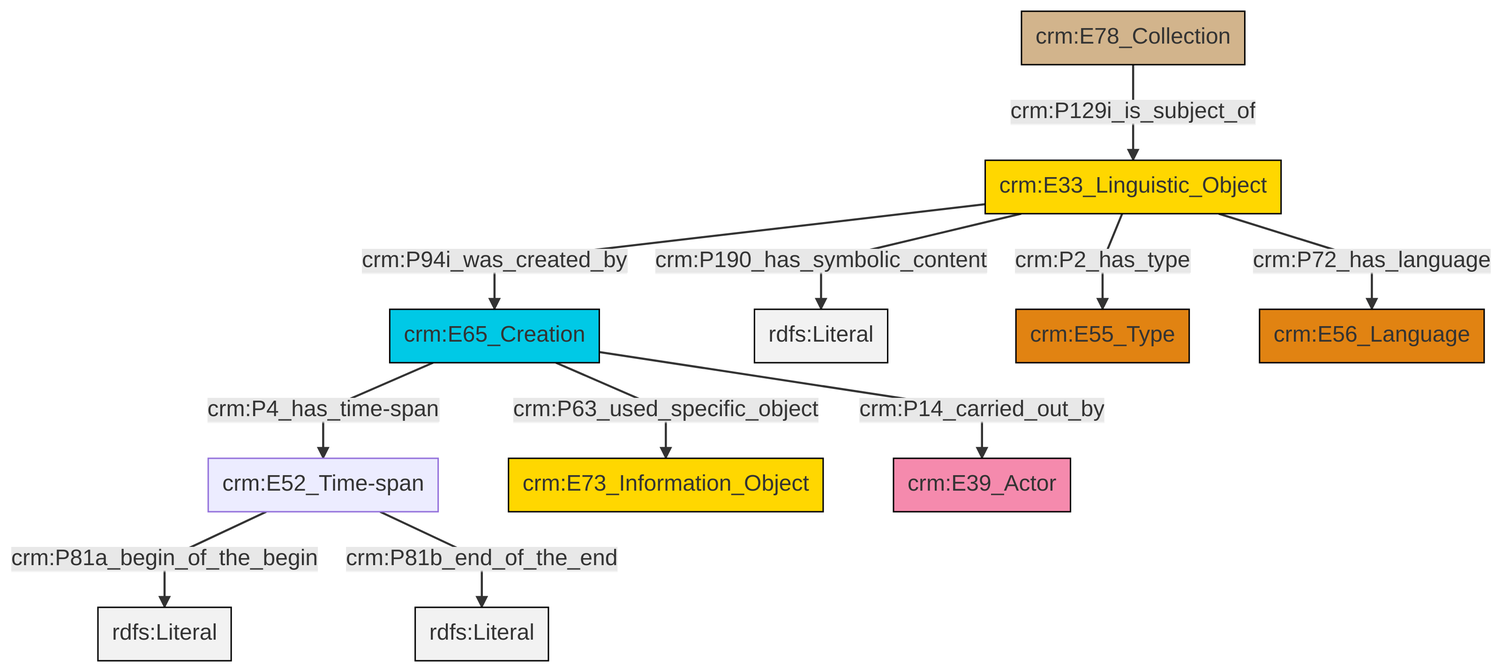
The Mermaid diagram et/archivalCSV/ttl/mmd/png/archival_desc.png in swiss-art-research-net/docs.swissartresearch, before a commit. Its source is kept beside it as et/archivalCSV/ttl/mmd/archival_desc.ttl.mmd.
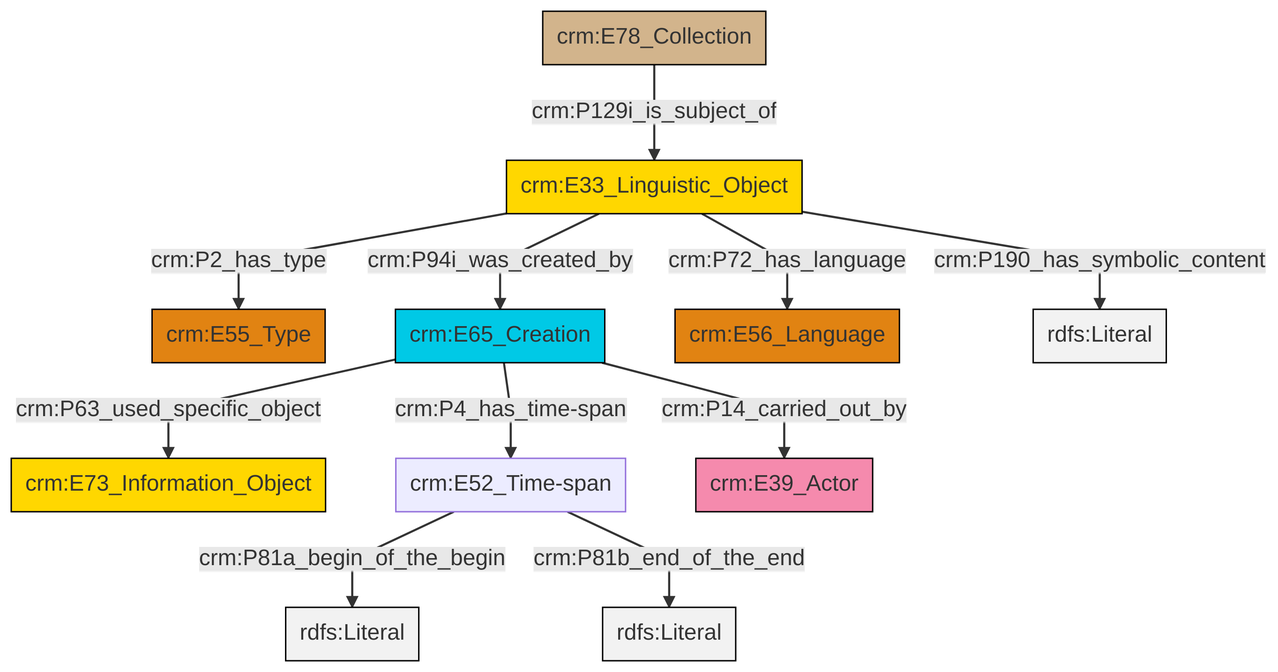
The same diagram one commit later.

Diff of the diagram source:
```diff
@@ -13,13 +13,13 @@
 classDef PC_Classes fill:#4ce600, stroke:#000000;
 classDef Multi fill:#cccccc,stroke:#000000;
 
-0["crm:E33_Linguistic_Object"]:::Conceptual_Object -->|crm:P94i_was_created_by| 1["crm:E65_Creation"]:::Temporal_Entity
-1["crm:E65_Creation"]:::Temporal_Entity -->|crm:P4_has_time-span| 2["crm:E52_Time-span"]:::Default
-1["crm:E65_Creation"]:::Temporal_Entity -->|crm:P63_used_specific_object| 3["crm:E73_Information_Object"]:::Conceptual_Object
-0["crm:E33_Linguistic_Object"]:::Conceptual_Object -->|crm:P190_has_symbolic_content| 5[rdfs:Literal]:::Literal
-2["crm:E52_Time-span"]:::Default -->|crm:P81a_begin_of_the_begin| 13[rdfs:Literal]:::Literal
-1["crm:E65_Creation"]:::Temporal_Entity -->|crm:P14_carried_out_by| 11["crm:E39_Actor"]:::Actor
-0["crm:E33_Linguistic_Object"]:::Conceptual_Object -->|crm:P72_has_language| 14["crm:E56_Language"]:::Type
-15["crm:E78_Collection"]:::Physical_Thing -->|crm:P129i_is_subject_of| 0["crm:E33_Linguistic_Object"]:::Conceptual_Object
-2["crm:E52_Time-span"]:::Default -->|crm:P81b_end_of_the_end| 18[rdfs:Literal]:::Literal
-0["crm:E33_Linguistic_Object"]:::Conceptual_Object -->|crm:P2_has_type| 8["crm:E55_Type"]:::Type
+0["crm:E33_Linguistic_Object"]:::Conceptual_Object -->|crm:P2_has_type| 1["crm:E55_Type"]:::Type
+3["crm:E65_Creation"]:::Temporal_Entity -->|crm:P63_used_specific_object| 4["crm:E73_Information_Object"]:::Conceptual_Object
+3["crm:E65_Creation"]:::Temporal_Entity -->|crm:P4_has_time-span| 5["crm:E52_Time-span"]:::Default
+6["crm:E78_Collection"]:::Physical_Thing -->|crm:P129i_is_subject_of| 0["crm:E33_Linguistic_Object"]:::Conceptual_Object
+0["crm:E33_Linguistic_Object"]:::Conceptual_Object -->|crm:P72_has_language| 10["crm:E56_Language"]:::Type
+5["crm:E52_Time-span"]:::Default -->|crm:P81a_begin_of_the_begin| 13[rdfs:Literal]:::Literal
+5["crm:E52_Time-span"]:::Default -->|crm:P81b_end_of_the_end| 17[rdfs:Literal]:::Literal
+3["crm:E65_Creation"]:::Temporal_Entity -->|crm:P14_carried_out_by| 14["crm:E39_Actor"]:::Actor
+0["crm:E33_Linguistic_Object"]:::Conceptual_Object -->|crm:P94i_was_created_by| 3["crm:E65_Creation"]:::Temporal_Entity
+0["crm:E33_Linguistic_Object"]:::Conceptual_Object -->|crm:P190_has_symbolic_content| 18[rdfs:Literal]:::Literal
```
